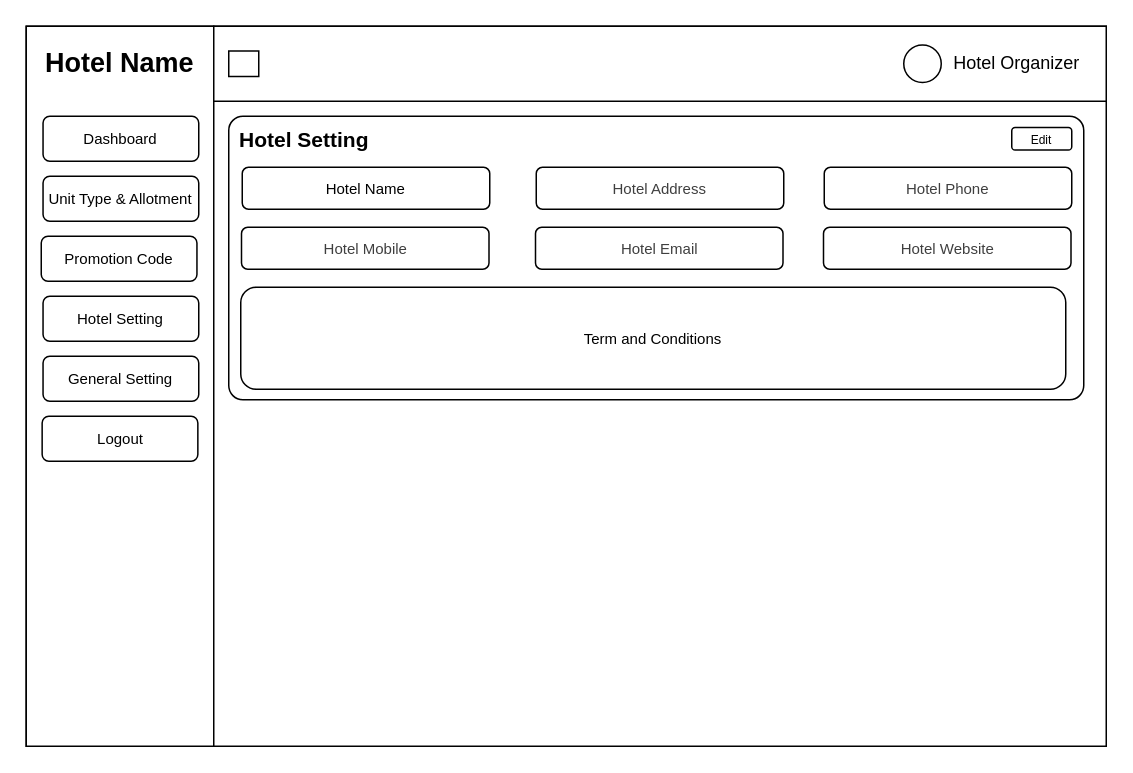
The draw.io diagram diagram/antarmuka/hotel-organizer/hotel-setting.drawio in Hans-Star18/ta-booking-system, before the edit. Source tidied: cells renumbered, new cells numbered last; positions are measured from the earlier drawing's top-left corner, leaving out a move shared by most shapes. Both pictures are drawn from the tidied source at 150%, with x=0, y=0 at pixel (26, 26).
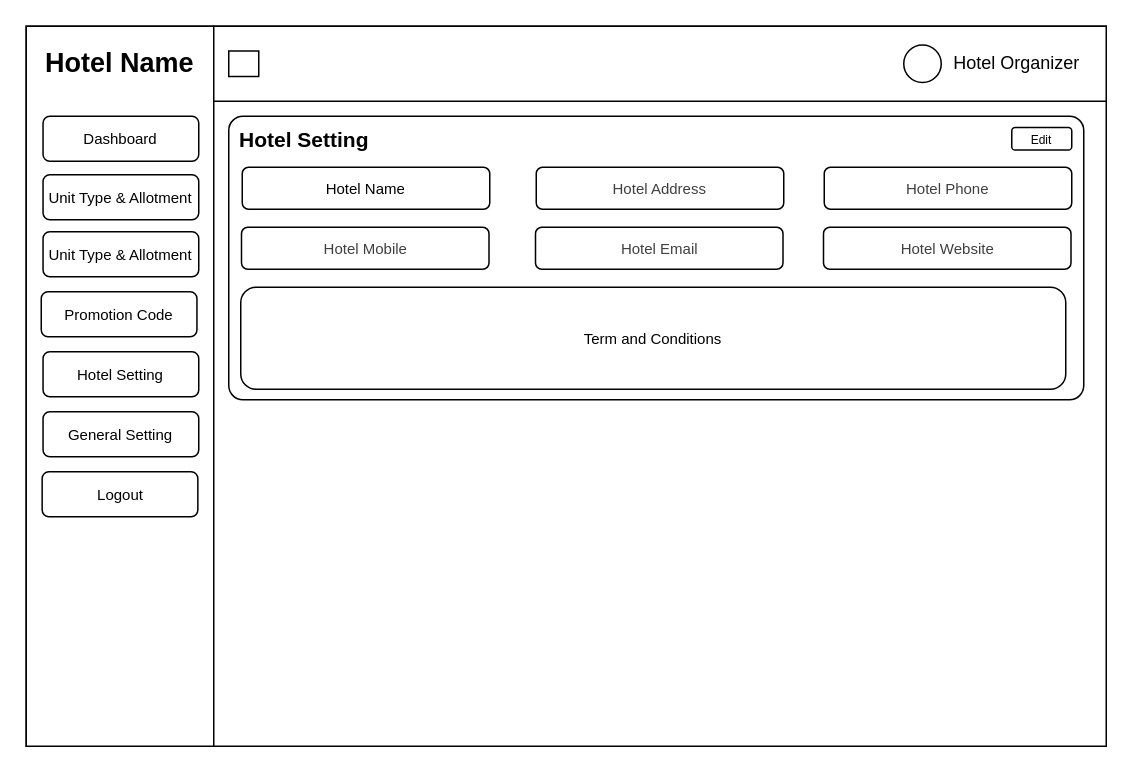
After the change.

The edit, as a diff of the source:
```diff
@@
     <mxCell id="11" value="&lt;font style=&quot;font-size: 10px;&quot;&gt;Unit Type &amp;amp; Allotment&lt;/font&gt;" style="rounded=1;whiteSpace=wrap;html=1;" parent="1" vertex="1">
-      <mxGeometry x="11.2" y="100" width="103.8" height="30" as="geometry" />
+      <mxGeometry x="11.2" y="137" width="103.8" height="30" as="geometry" />
     </mxCell>
     <mxCell id="12" value="&lt;font style=&quot;font-size: 10px;&quot;&gt;Promotion Code&lt;/font&gt;" style="rounded=1;whiteSpace=wrap;html=1;" parent="1" vertex="1">
-      <mxGeometry x="10" y="140" width="103.8" height="30" as="geometry" />
+      <mxGeometry x="10" y="177" width="103.8" height="30" as="geometry" />
     </mxCell>
     <mxCell id="13" value="&lt;font style=&quot;font-size: 10px;&quot;&gt;General Setting&lt;/font&gt;" style="rounded=1;whiteSpace=wrap;html=1;" parent="1" vertex="1">
-      <mxGeometry x="11.2" y="220" width="103.8" height="30" as="geometry" />
+      <mxGeometry x="11.2" y="257" width="103.8" height="30" as="geometry" />
     </mxCell>
     <mxCell id="14" value="&lt;font style=&quot;font-size: 10px;&quot;&gt;Hotel Setting&lt;/font&gt;" style="rounded=1;whiteSpace=wrap;html=1;" parent="1" vertex="1">
-      <mxGeometry x="11.2" y="180" width="103.8" height="30" as="geometry" />
+      <mxGeometry x="11.2" y="217" width="103.8" height="30" as="geometry" />
     </mxCell>
     <mxCell id="15" value="&lt;font style=&quot;font-size: 10px;&quot;&gt;Logout&lt;/font&gt;" style="rounded=1;whiteSpace=wrap;html=1;" parent="1" vertex="1">
-      <mxGeometry x="10.6" y="260" width="103.8" height="30" as="geometry" />
+      <mxGeometry x="10.6" y="297" width="103.8" height="30" as="geometry" />
     </mxCell>
@@
+    <mxCell id="26" value="&lt;font style=&quot;font-size: 10px;&quot;&gt;Unit Type &amp;amp; Allotment&lt;/font&gt;" style="rounded=1;whiteSpace=wrap;html=1;" parent="1" vertex="1">
+      <mxGeometry x="11.2" y="99" width="103.8" height="30" as="geometry" />
+    </mxCell>
```
